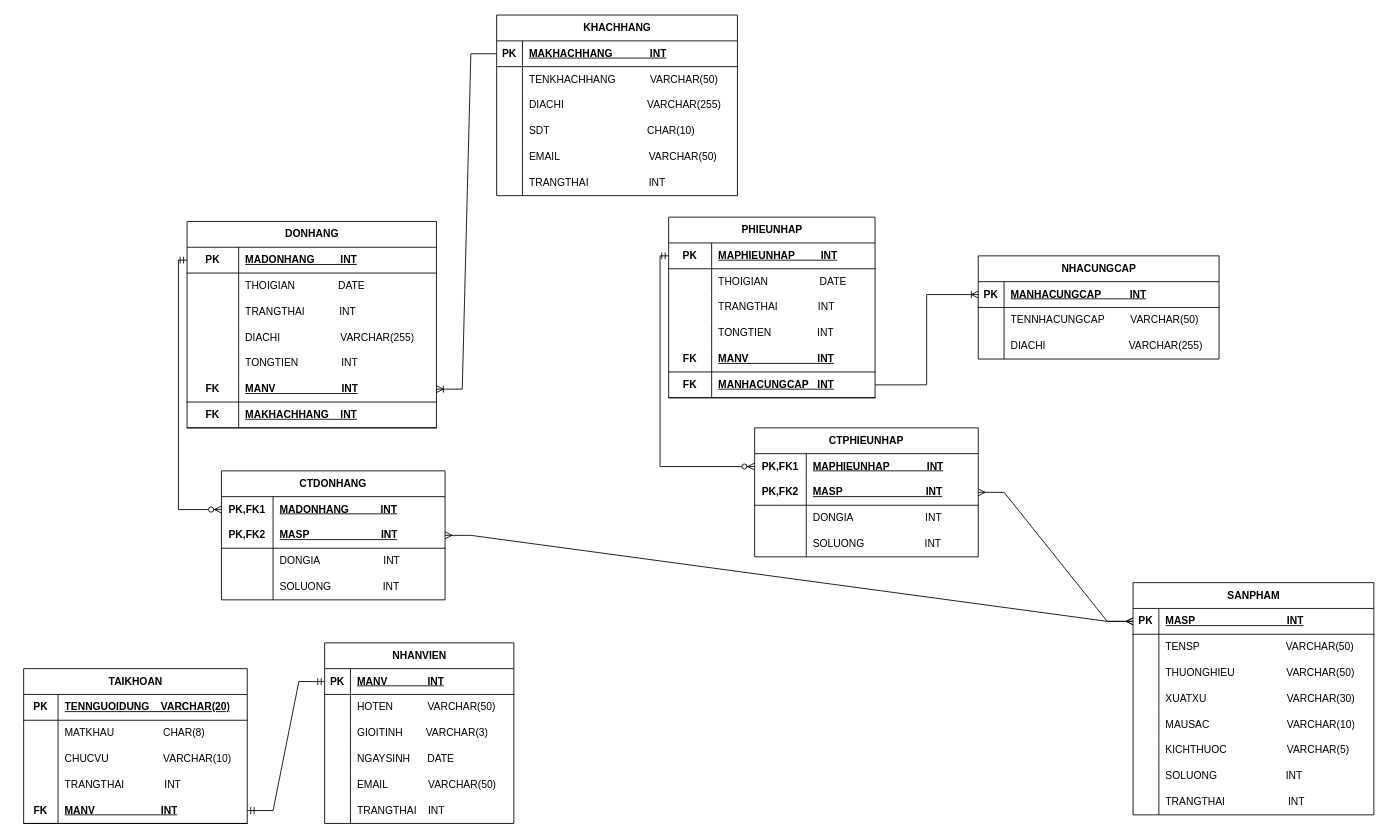
Above: erd/quanlycuahangbanquanao.drawio in nvkdzvcl/Project_Java (draw.io), before the change. Source tidied: cells renumbered, new cells numbered last; positions are measured from the earlier drawing's top-left corner, leaving out a move shared by most shapes. Both pictures are drawn from the tidied source at 86%, with x=0, y=0 at pixel (23, 15).
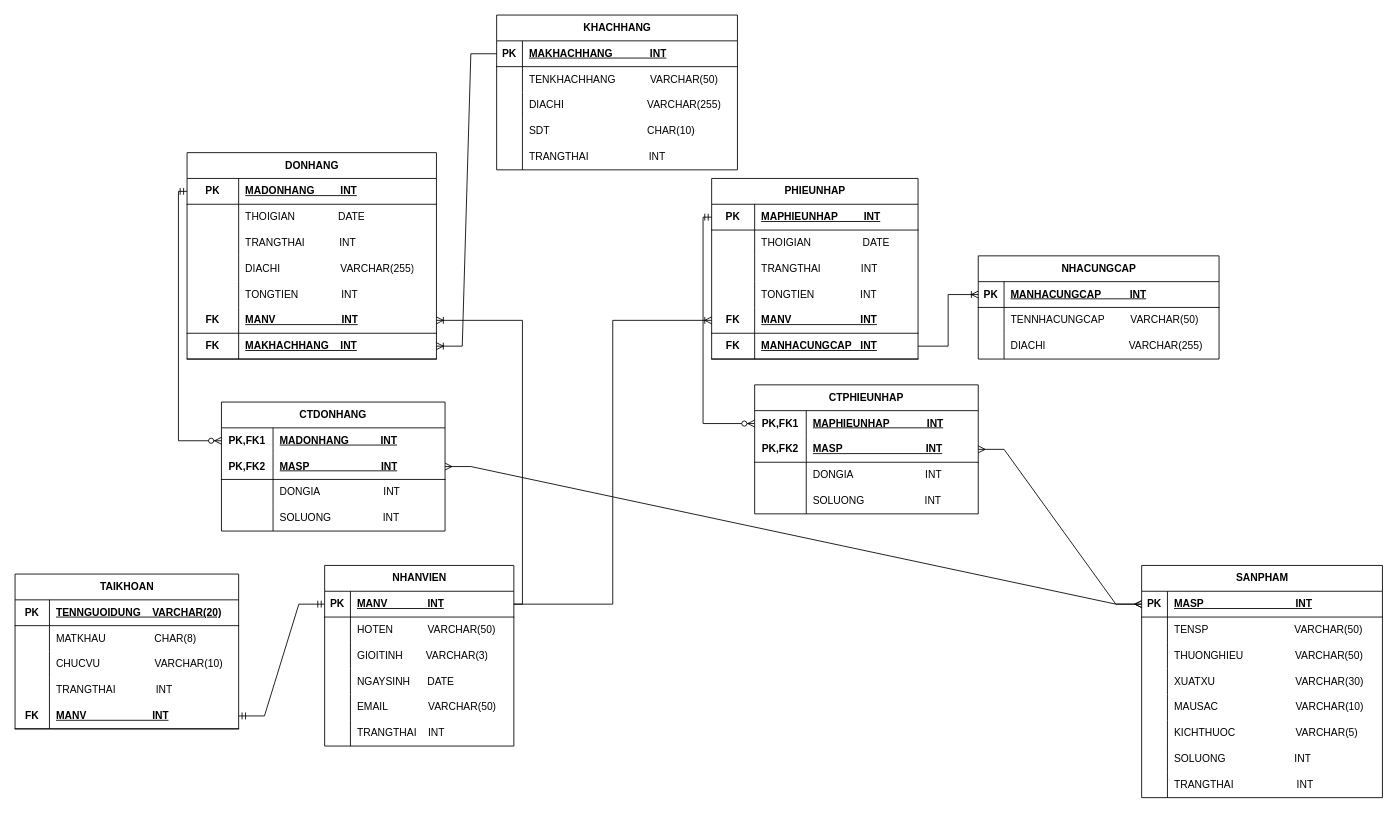
The same diagram, later.

Commit message (it also covers changes not shown here):
Xoá Email trong KHACHHANG

The change refers to these unchanged cells:
```xml
<mxCell id="3" style="shape=tableRow;horizontal=0;startSize=0;swimlaneHead=0;swimlaneBody=0;fillColor=none;points=[[0,0.5],[1,0.5]];portConstraint=eastwest;top=0;left=0;right=0;bottom=1;" parent="2" vertex="1">
  <mxGeometry y="30" width="220" height="30" as="geometry" />
</mxCell>
<mxCell id="32" style="shape=tableRow;horizontal=0;startSize=0;swimlaneHead=0;swimlaneBody=0;fillColor=none;points=[[0,0.5],[1,0.5]];portConstraint=eastwest;top=0;left=0;right=0;bottom=1;" parent="31" vertex="1">
  <mxGeometry y="30" width="280" height="30" as="geometry" />
</mxCell>
<mxCell id="92" style="shape=tableRow;horizontal=0;startSize=0;swimlaneHead=0;swimlaneBody=0;fillColor=none;points=[[0,0.5],[1,0.5]];portConstraint=eastwest;top=0;left=0;right=0;bottom=1;" parent="79" vertex="1">
  <mxGeometry y="150" width="240" height="30" as="geometry" />
</mxCell>
<mxCell id="114" style="shape=tableRow;horizontal=0;startSize=0;swimlaneHead=0;swimlaneBody=0;fillColor=none;points=[[0,0.5],[1,0.5]];portConstraint=eastwest;top=0;left=0;right=0;bottom=1;" parent="98" vertex="1">
  <mxGeometry y="180" width="290" height="30" as="geometry" />
</mxCell>
<mxCell id="117" style="shape=tableRow;horizontal=0;startSize=0;swimlaneHead=0;swimlaneBody=0;fillColor=none;points=[[0,0.5],[1,0.5]];portConstraint=eastwest;top=0;left=0;right=0;bottom=1;" parent="98" vertex="1">
  <mxGeometry y="210" width="290" height="30" as="geometry" />
</mxCell>
```

What changed in the source:
```diff
@@
     <mxCell id="2" value="NHANVIEN" style="shape=table;startSize=30;childLayout=tableLayout;rowLines=0;fontStyle=1;align=center;html=1;" parent="1" vertex="1">
-      <mxGeometry x="350" y="730" width="220" height="210" as="geometry" />
+      <mxGeometry x="350" y="640" width="220" height="210" as="geometry" />
     </mxCell>
@@
     <mxCell id="31" value="KHACHHANG" style="shape=table;startSize=30;childLayout=tableLayout;rowLines=0;fontStyle=1;align=center;html=1;" parent="1" vertex="1">
-      <mxGeometry x="550" width="280" height="210" as="geometry" />
+      <mxGeometry x="550" width="280" height="180" as="geometry" />
     </mxCell>
@@
-    <mxCell id="44" style="shape=tableRow;horizontal=0;startSize=0;swimlaneHead=0;swimlaneBody=0;fillColor=none;top=0;left=0;right=0;bottom=0;" parent="31" vertex="1">
-      <mxGeometry y="150" width="280" height="30" as="geometry" />
-    </mxCell>
-    <mxCell id="45" style="shape=partialRectangle;fillColor=none;top=0;left=0;bottom=0;right=0;overflow=hidden;whiteSpace=wrap;html=1;" parent="44" vertex="1">
-      <mxGeometry width="30" height="30" as="geometry" />
-    </mxCell>
-    <mxCell id="46" value="EMAIL&amp;nbsp; &amp;nbsp; &amp;nbsp; &amp;nbsp; &amp;nbsp; &amp;nbsp; &amp;nbsp; &amp;nbsp; &amp;nbsp; &amp;nbsp; &amp;nbsp; &amp;nbsp; &amp;nbsp; &amp;nbsp; &amp;nbsp; &amp;nbsp;VARCHAR(50)" style="shape=partialRectangle;fillColor=none;top=0;left=0;bottom=0;right=0;align=left;spacingLeft=6;overflow=hidden;whiteSpace=wrap;html=1;" parent="44" vertex="1">
-      <mxGeometry x="30" width="250" height="30" as="geometry" />
-    </mxCell>
     <mxCell id="47" style="shape=tableRow;horizontal=0;startSize=0;swimlaneHead=0;swimlaneBody=0;fillColor=none;top=0;left=0;right=0;bottom=0;" parent="31" vertex="1">
-      <mxGeometry y="180" width="280" height="30" as="geometry" />
+      <mxGeometry y="150" width="280" height="30" as="geometry" />
     </mxCell>
@@
     <mxCell id="50" value="SANPHAM" style="shape=table;startSize=30;childLayout=tableLayout;rowLines=0;fontStyle=1;align=center;html=1;" parent="1" vertex="1">
-      <mxGeometry x="1290" y="660" width="280" height="270" as="geometry" />
+      <mxGeometry x="1300" y="640" width="280" height="270" as="geometry" />
     </mxCell>
@@
-    <mxCell id="77" style="edgeStyle=entityRelationEdgeStyle;fontSize=12;html=1;endArrow=ERoneToMany;rounded=0;entryX=1;entryY=0.5;entryDx=0;entryDy=0;exitX=0;exitY=0.5;exitDx=0;exitDy=0;" parent="1" edge="1" source="32" target="114">
+    <mxCell id="77" style="edgeStyle=entityRelationEdgeStyle;fontSize=12;html=1;endArrow=ERoneToMany;rounded=0;entryX=1;entryY=0.5;entryDx=0;entryDy=0;exitX=0;exitY=0.5;exitDx=0;exitDy=0;" parent="1" edge="1" source="32" target="117">
       <mxGeometry relative="1" as="geometry" />
     </mxCell>
@@
     <mxCell id="79" value="PHIEUNHAP" style="shape=table;startSize=30;childLayout=tableLayout;rowLines=0;fontStyle=1;align=center;html=1;" parent="1" vertex="1">
-      <mxGeometry x="750" y="235" width="240" height="210" as="geometry" />
+      <mxGeometry x="800" y="190" width="240" height="210" as="geometry" />
     </mxCell>
@@
     <mxCell id="98" value="DONHANG" style="shape=table;startSize=30;childLayout=tableLayout;rowLines=0;fontStyle=1;align=center;html=1;" parent="1" vertex="1">
-      <mxGeometry x="190" y="240" width="290" height="240" as="geometry" />
+      <mxGeometry x="190" y="160" width="290" height="240" as="geometry" />
     </mxCell>
@@
     <mxCell id="120" value="CTPHIEUNHAP" style="shape=table;startSize=30;childLayout=tableLayout;rowLines=0;fontStyle=1;align=center;html=1;whiteSpace=wrap;" parent="1" vertex="1">
-      <mxGeometry x="850" y="480" width="260" height="150" as="geometry" />
+      <mxGeometry x="850" y="430" width="260" height="150" as="geometry" />
     </mxCell>
@@
     <mxCell id="133" value="CTDONHANG" style="shape=table;startSize=30;childLayout=tableLayout;rowLines=0;fontStyle=1;align=center;html=1;whiteSpace=wrap;" parent="1" vertex="1">
-      <mxGeometry x="230" y="530" width="260" height="150" as="geometry" />
+      <mxGeometry x="230" y="450" width="260" height="150" as="geometry" />
     </mxCell>
@@
     <mxCell id="146" value="TAIKHOAN" style="shape=table;startSize=30;childLayout=tableLayout;rowLines=0;fontStyle=1;align=center;html=1;" parent="1" vertex="1">
-      <mxGeometry y="760" width="260" height="180" as="geometry" />
+      <mxGeometry x="-10" y="650" width="260" height="180" as="geometry" />
     </mxCell>
@@
+    <mxCell id="165" style="edgeStyle=orthogonalEdgeStyle;fontSize=12;html=1;endArrow=ERoneToMany;rounded=0;entryX=1;entryY=0.5;entryDx=0;entryDy=0;exitX=1;exitY=0.5;exitDx=0;exitDy=0;" parent="1" edge="1" source="3" target="114">
+      <mxGeometry relative="1" as="geometry" />
+    </mxCell>
+    <mxCell id="166" style="edgeStyle=orthogonalEdgeStyle;fontSize=12;html=1;endArrow=ERoneToMany;rounded=0;exitX=1;exitY=0.5;exitDx=0;exitDy=0;entryX=0;entryY=0.5;entryDx=0;entryDy=0;" parent="1" edge="1" source="3" target="92">
+      <mxGeometry relative="1" as="geometry" />
+    </mxCell>
```
